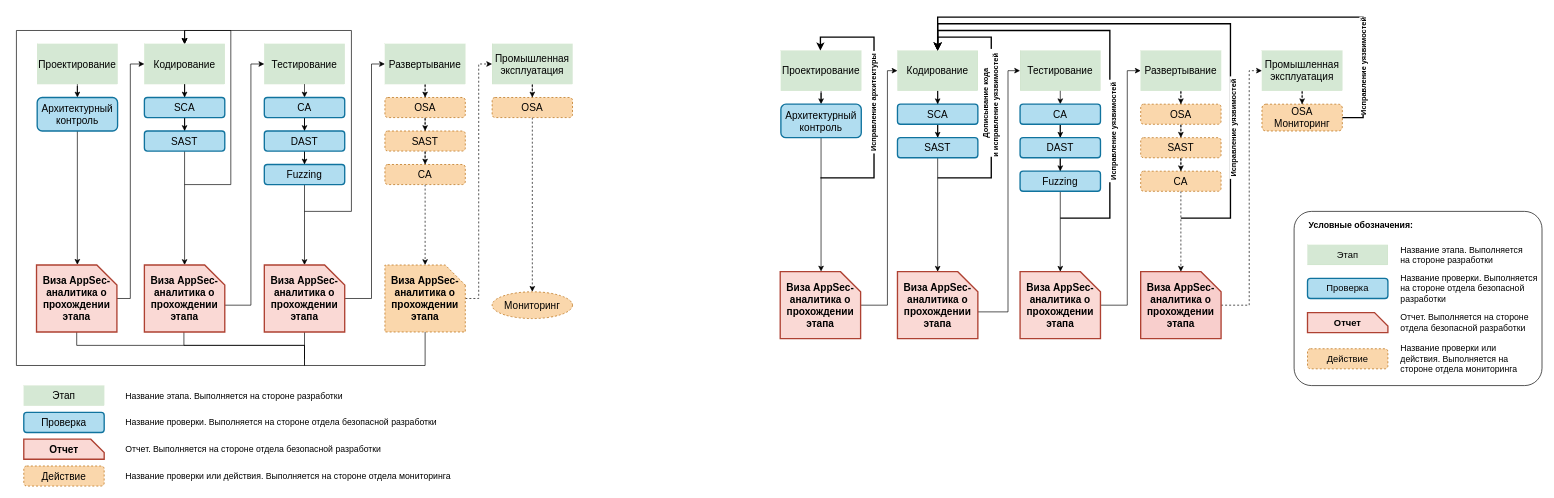
GoluzinaD/Python keeps this draw.io diagram as page "Этапы" (5 of 11) of Untitled Diagram2.drawio. Above is the earlier version. Source tidied: cells renumbered, new cells numbered last; positions are measured from the earlier drawing's top-left corner, leaving out a move shared by most shapes. Both pictures are drawn from the tidied source at 67%, with x=0, y=0 at pixel (16, 17).
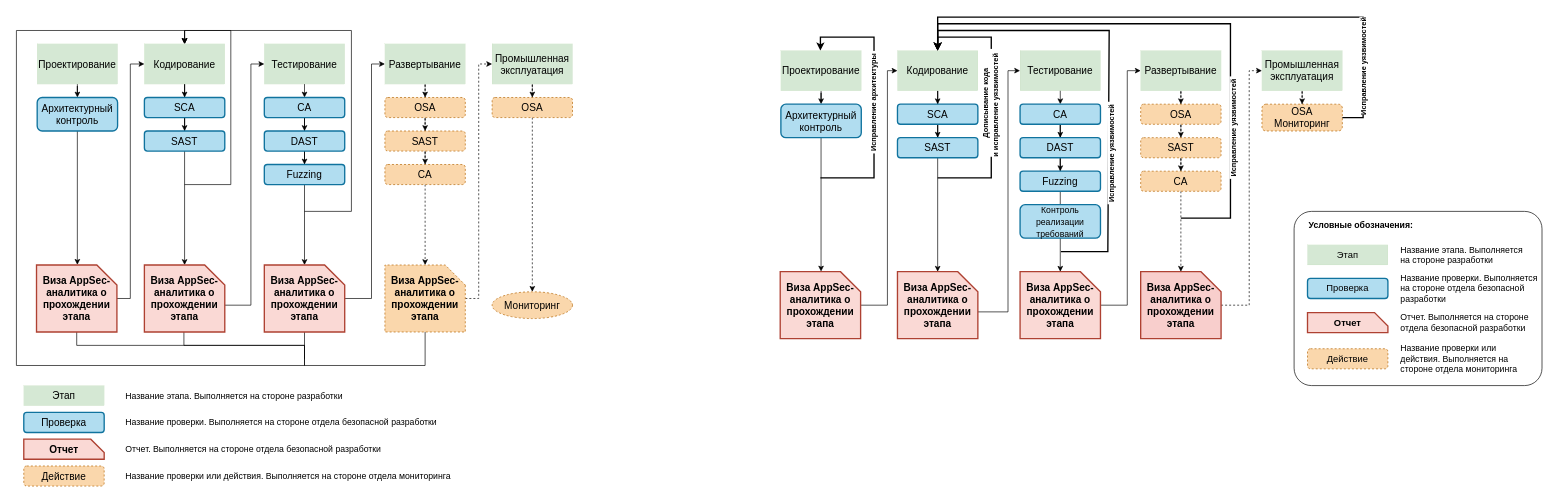
The same page after the edit.

Unchanged cells that the change refers to:
```xml
<mxCell id="59" value="Кодирование" style="rounded=0;whiteSpace=wrap;html=1;fontSize=15;strokeWidth=0;fillColor=#d5e8d4;strokeColor=#82b366;" parent="1" vertex="1">
  <mxGeometry x="1315" y="50" width="120" height="60" as="geometry" />
</mxCell>
```

The edit, as a diff of the source:
```diff
@@
     <mxCell id="95" style="endArrow=classic;html=1;rounded=0;fontSize=13;strokeWidth=2;entryX=0.5;entryY=0;entryDx=0;entryDy=0;" parent="1" edge="1" target="59">
       <mxGeometry relative="1" as="geometry">
-        <mxPoint x="1558" y="300" as="sourcePoint" />
+        <mxPoint x="1559" y="350" as="sourcePoint" />
         <Array as="points">
-          <mxPoint x="1632" y="300" />
-          <mxPoint x="1632" y="20" />
+          <mxPoint x="1629" y="350" />
+          <mxPoint x="1631" y="20" />
           <mxPoint x="1375" y="20" />
         </Array>
       </mxGeometry>
     </mxCell>
@@
+    <mxCell id="112" value="&lt;font style=&quot;font-size: 13px;&quot;&gt;Контроль реализации требований&lt;/font&gt;" style="rounded=1;whiteSpace=wrap;html=1;fontSize=15;fillColor=#b1ddf0;strokeColor=#10739e;strokeWidth=2;" parent="1" vertex="1">
+      <mxGeometry x="1498" y="280" width="120" height="50" as="geometry" />
+    </mxCell>
```
